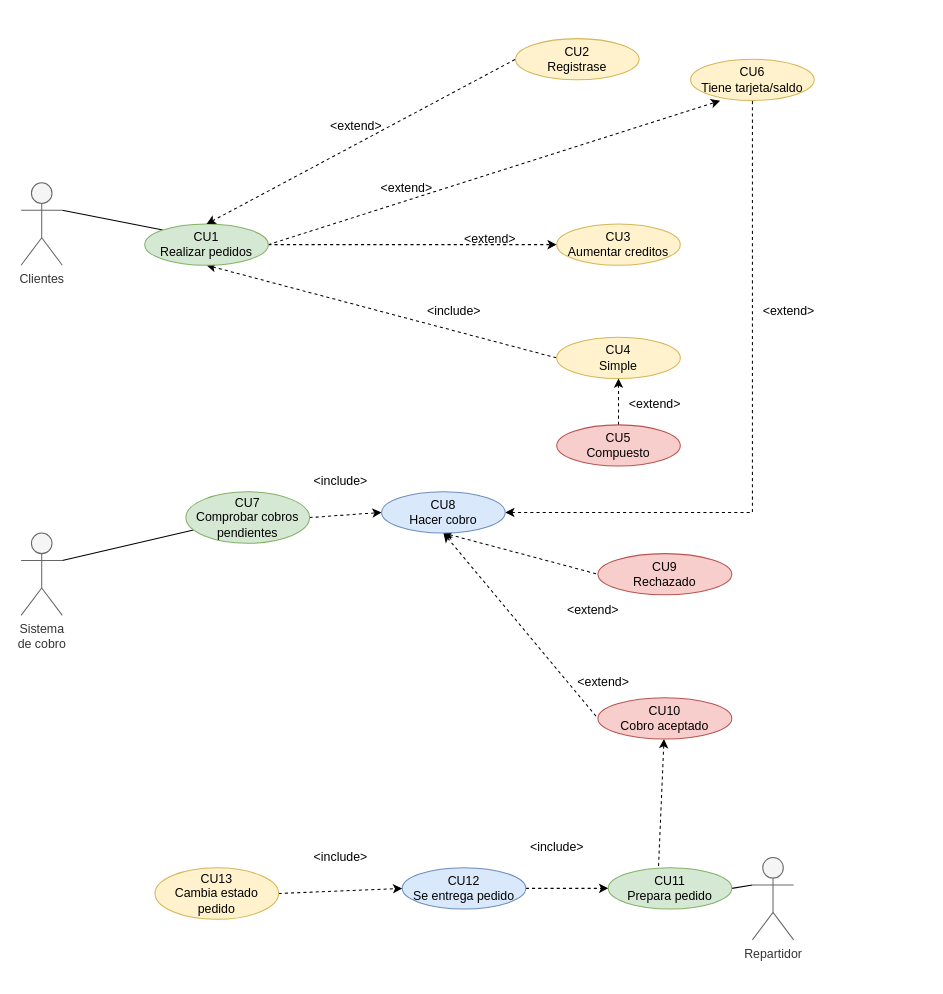
Before: img/Tienda_virtual.drawio in Aeyoz/entornos-desarrollo, a draw.io diagram. Source tidied: cells renumbered, new cells numbered last; positions are measured from the earlier drawing's top-left corner, leaving out a move shared by most shapes. Both pictures are drawn from the tidied source at 103%, with x=0, y=0 at pixel (21, 38).
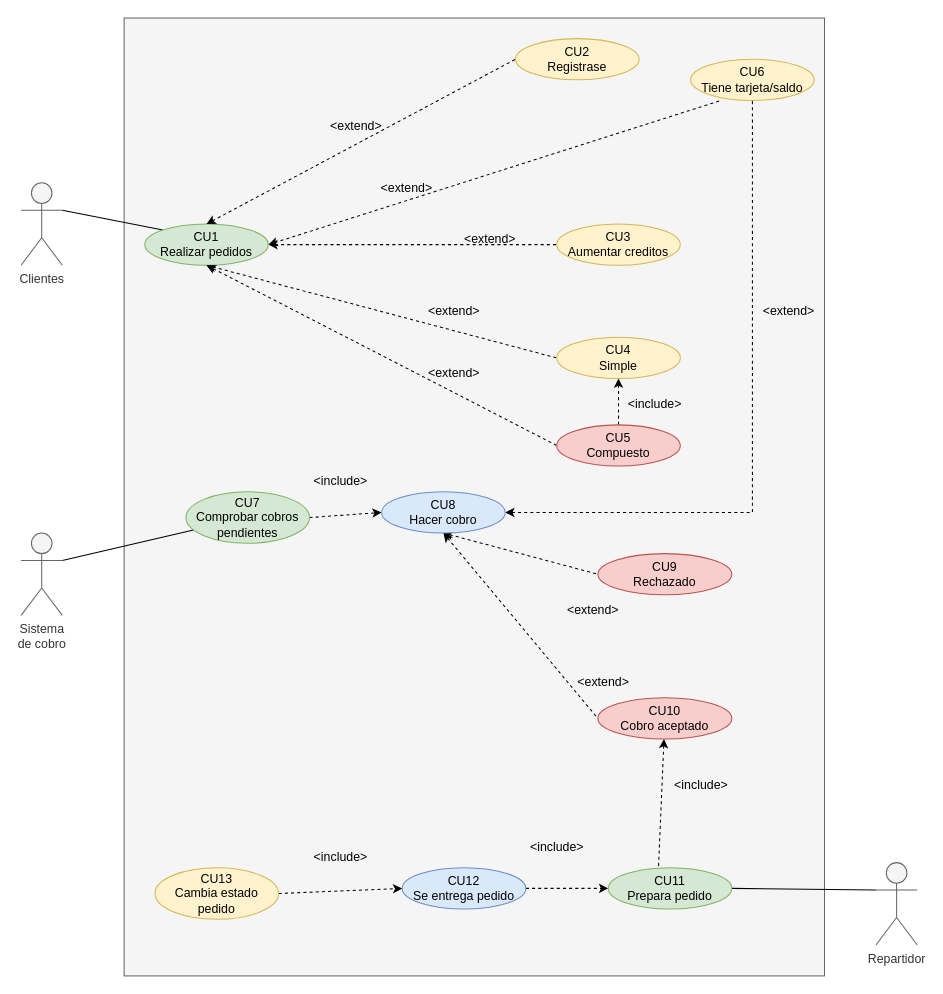
After the change.

The change refers to these unchanged cells:
```xml
<mxCell id="4" value="CU6&lt;br&gt;Tiene tarjeta/saldo" style="ellipse;whiteSpace=wrap;html=1;fillColor=#fff2cc;strokeColor=#d6b656;" parent="1" vertex="1">
  <mxGeometry x="650" y="20" width="120" height="40" as="geometry" />
</mxCell>
<mxCell id="5" value="CU3&lt;br&gt;Aumentar creditos" style="ellipse;whiteSpace=wrap;html=1;fillColor=#fff2cc;strokeColor=#d6b656;" parent="1" vertex="1">
  <mxGeometry x="520" y="180" width="120" height="40" as="geometry" />
</mxCell>
<mxCell id="9" value="CU1&lt;br&gt;Realizar pedidos" style="ellipse;whiteSpace=wrap;html=1;fillColor=#d5e8d4;strokeColor=#82b366;" parent="1" vertex="1">
  <mxGeometry x="120" y="180" width="120" height="40" as="geometry" />
</mxCell>
<mxCell id="40" value="CU5&lt;br&gt;Compuesto" style="ellipse;whiteSpace=wrap;html=1;fillColor=#f8cecc;strokeColor=#b85450;" parent="1" vertex="1">
  <mxGeometry x="520" y="375" width="120" height="40" as="geometry" />
</mxCell>
```

The edit, as a diff of the source:
```diff
@@
+    <mxCell id="45" style="rounded=0;whiteSpace=wrap;html=1;fillColor=#f5f5f5;strokeColor=#666666;fontColor=#333333;" parent="1" vertex="1">
+      <mxGeometry x="100" y="-20" width="680" height="930" as="geometry" />
+    </mxCell>
@@
-    <mxCell id="6" style="edgeStyle=none;rounded=0;jettySize=auto;html=1;exitX=1;exitY=0.5;exitDx=0;exitDy=0;entryX=0.239;entryY=1.007;entryDx=0;entryDy=0;entryPerimeter=0;dashed=1;strokeColor=default;startArrow=none;startFill=0;endArrow=classic;endFill=1;" parent="1" edge="1" source="9" target="4">
+    <mxCell id="6" style="edgeStyle=none;rounded=0;jettySize=auto;html=1;exitX=1;exitY=0.5;exitDx=0;exitDy=0;entryX=0.239;entryY=1.007;entryDx=0;entryDy=0;entryPerimeter=0;dashed=1;strokeColor=default;startArrow=classic;startFill=1;endArrow=none;endFill=0;" parent="1" edge="1" source="9" target="4">
       <mxGeometry relative="1" as="geometry" />
     </mxCell>
@@
-    <mxCell id="8" style="edgeStyle=none;rounded=0;jettySize=auto;html=1;exitX=1;exitY=0.5;exitDx=0;exitDy=0;entryX=0;entryY=0.5;entryDx=0;entryDy=0;dashed=1;endArrow=classic;endFill=1;" parent="1" edge="1" source="9" target="5">
+    <mxCell id="8" style="edgeStyle=none;rounded=0;jettySize=auto;html=1;exitX=1;exitY=0.5;exitDx=0;exitDy=0;entryX=0;entryY=0.5;entryDx=0;entryDy=0;dashed=1;endArrow=none;endFill=0;startArrow=classic;startFill=1;" parent="1" edge="1" source="9" target="5">
       <mxGeometry relative="1" as="geometry" />
     </mxCell>
@@
     <mxCell id="30" value="Repartidor" style="shape=umlActor;verticalLabelPosition=bottom;verticalAlign=top;html=1;outlineConnect=0;fillColor=#f5f5f5;fontColor=#333333;strokeColor=#666666;" parent="1" vertex="1">
-      <mxGeometry x="710" y="795" width="40" height="80" as="geometry" />
+      <mxGeometry x="830" y="800" width="40" height="80" as="geometry" />
     </mxCell>
@@
+    <mxCell id="46" style="rounded=0;jettySize=auto;html=1;exitX=0;exitY=0.5;exitDx=0;exitDy=0;startArrow=none;startFill=0;endArrow=classic;endFill=1;entryX=0.5;entryY=1;entryDx=0;entryDy=0;dashed=1;" parent="1" edge="1" source="40" target="9">
+      <mxGeometry relative="1" as="geometry" />
+    </mxCell>
@@
-    <mxCell id="42" value="&amp;lt;extend&amp;gt;" style="text;html=1;align=center;verticalAlign=middle;strokeColor=none;fillColor=none;" parent="1" vertex="1">
-      <mxGeometry x="580" y="340" width="70" height="30" as="geometry" />
+    <mxCell id="42" value="&amp;lt;include&amp;gt;" style="text;html=1;align=center;verticalAlign=middle;strokeColor=none;fillColor=none;" parent="1" vertex="1">
+      <mxGeometry x="575" y="340" width="80" height="30" as="geometry" />
     </mxCell>
-    <mxCell id="43" value="&amp;lt;include&amp;gt;" style="text;html=1;align=center;verticalAlign=middle;strokeColor=none;fillColor=none;" parent="1" vertex="1">
-      <mxGeometry x="380" y="250" width="80" height="30" as="geometry" />
+    <mxCell id="43" value="&amp;lt;extend&amp;gt;" style="text;html=1;align=center;verticalAlign=middle;strokeColor=none;fillColor=none;" parent="1" vertex="1">
+      <mxGeometry x="385" y="250" width="70" height="30" as="geometry" />
     </mxCell>
@@
+    <mxCell id="47" value="&amp;lt;extend&amp;gt;" style="text;html=1;align=center;verticalAlign=middle;strokeColor=none;fillColor=none;" parent="1" vertex="1">
+      <mxGeometry x="385" y="310" width="70" height="30" as="geometry" />
+    </mxCell>
+    <mxCell id="48" value="&amp;lt;include&amp;gt;" style="text;html=1;align=center;verticalAlign=middle;strokeColor=none;fillColor=none;" parent="1" vertex="1">
+      <mxGeometry x="620" y="710" width="80" height="30" as="geometry" />
+    </mxCell>
```
